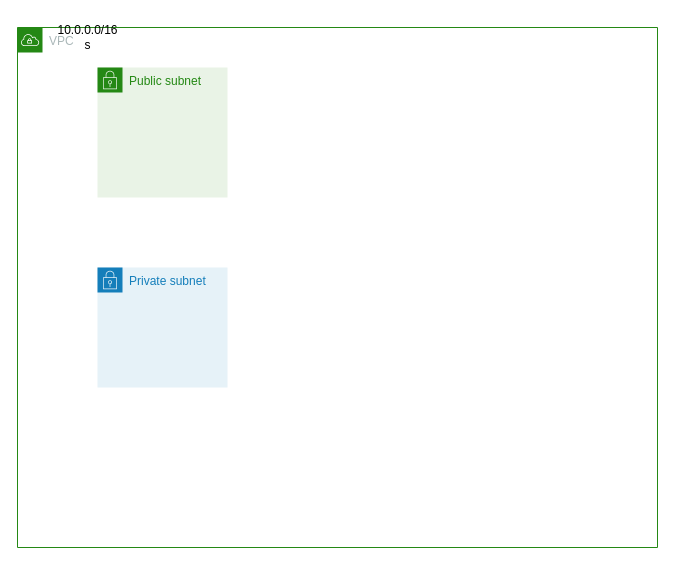
The draw.io diagram Untitled Diagram.drawio in anilkumaran/aws-arch, before the edit. Source tidied: cells renumbered, new cells numbered last; positions are measured from the earlier drawing's top-left corner, leaving out a move shared by most shapes. Both pictures are drawn from the tidied source at 100%, with x=0, y=0 at pixel (17, 17).
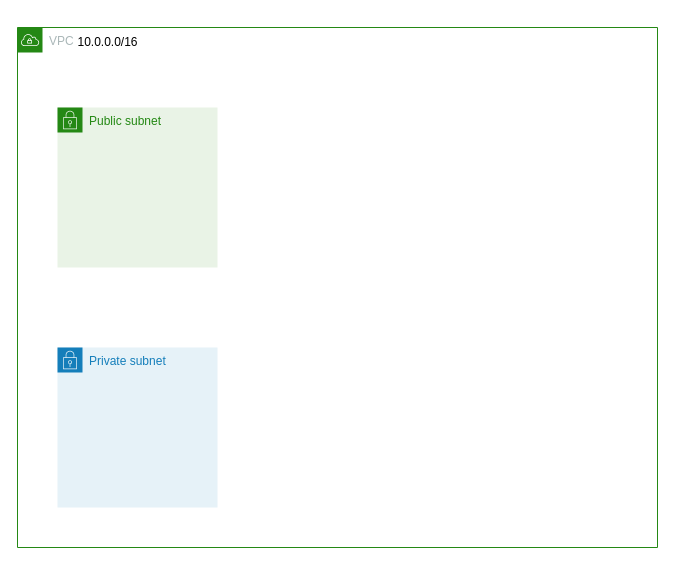
After the change.

The edit, as a diff of the source:
```diff
@@
 <mxGraphModel>
   <root>
     <mxCell id="0" />
     <mxCell id="1" parent="0" />
     <mxCell id="2" value="VPC" style="gradientColor=none;html=1;whiteSpace=wrap;fontSize=12;fontStyle=0;shape=mxgraph.aws4.group;grIcon=mxgraph.aws4.group_vpc;strokeColor=#248814;fillColor=none;verticalAlign=top;align=left;spacingLeft=30;fontColor=#AAB7B8;dashed=0;" parent="1" vertex="1">
       <mxGeometry y="10" width="640" height="520" as="geometry" />
     </mxCell>
     <mxCell id="3" value="Private subnet" style="gradientColor=none;html=1;whiteSpace=wrap;fontSize=12;fontStyle=0;shape=mxgraph.aws4.group;grIcon=mxgraph.aws4.group_security_group;grStroke=0;strokeColor=#147EBA;fillColor=#E6F2F8;verticalAlign=top;align=left;spacingLeft=30;fontColor=#147EBA;dashed=0;" parent="2" vertex="1">
-      <mxGeometry x="80" y="240" width="130" height="120" as="geometry" />
+      <mxGeometry x="40" y="320" width="160" height="160" as="geometry" />
     </mxCell>
     <mxCell id="4" value="Public subnet" style="gradientColor=none;html=1;whiteSpace=wrap;fontSize=12;fontStyle=0;shape=mxgraph.aws4.group;grIcon=mxgraph.aws4.group_security_group;grStroke=0;strokeColor=#248814;fillColor=#E9F3E6;verticalAlign=top;align=left;spacingLeft=30;fontColor=#248814;dashed=0;" parent="2" vertex="1">
-      <mxGeometry x="80" y="40" width="130" height="130" as="geometry" />
+      <mxGeometry x="40" y="80" width="160" height="160" as="geometry" />
     </mxCell>
-    <mxCell id="5" value="10.0.0.0/16&lt;br&gt;s" style="text;html=1;align=center;verticalAlign=middle;strokeColor=none;fillColor=none;" parent="1" vertex="1">
-      <mxGeometry x="30" width="80" height="40" as="geometry" />
-    </mxCell>
+    <mxCell id="6" value="10.0.0.0/16" style="text;html=1;align=center;verticalAlign=middle;strokeColor=none;fillColor=none;" parent="2" vertex="1">
+      <mxGeometry x="50" width="80" height="30" as="geometry" />
+    </mxCell>
   </root>
 </mxGraphModel>
```
